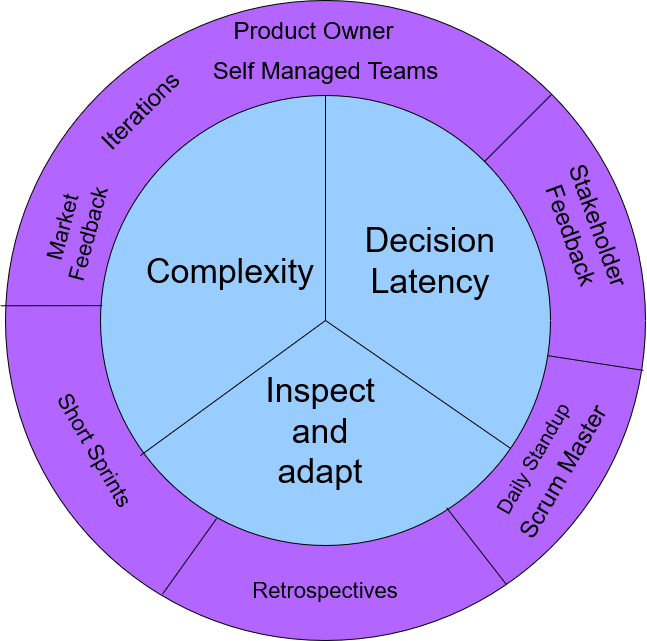
RichardForshaw/resume keeps this draw.io diagram as mkd-blog/docs/articles/images/ScrumWheel.png. Above is the earlier version. Source tidied: cells renumbered, new cells last; positions are measured from the earlier drawing's top-left corner, leaving out a move shared by most shapes. Source of this version:
```xml
<mxGraphModel>
  <root>
    <mxCell id="0" />
    <mxCell id="1" parent="0" />
    <mxCell id="2" style="ellipse;whiteSpace=wrap;html=1;fillColor=#B266FF;" parent="1" vertex="1">
      <mxGeometry x="5" width="640" height="640" as="geometry" />
    </mxCell>
    <mxCell id="3" style="ellipse;whiteSpace=wrap;html=1;fillColor=#99CCFF;" parent="1" vertex="1">
      <mxGeometry x="100" y="95" width="450" height="450" as="geometry" />
    </mxCell>
    <mxCell id="4" style="endArrow=none;html=1;rounded=0;entryX=0.5;entryY=0.5;entryDx=0;entryDy=0;entryPerimeter=0;exitX=0.5;exitY=0;exitDx=0;exitDy=0;" parent="1" edge="1" source="3" target="3">
      <mxGeometry relative="1" as="geometry" />
    </mxCell>
    <mxCell id="5" style="endArrow=none;html=1;rounded=0;" parent="1" edge="1">
      <mxGeometry relative="1" as="geometry">
        <mxPoint x="140" y="455" as="sourcePoint" />
        <mxPoint x="325" y="320" as="targetPoint" />
      </mxGeometry>
    </mxCell>
    <mxCell id="6" style="endArrow=none;html=1;rounded=0;exitX=0.911;exitY=0.784;exitDx=0;exitDy=0;exitPerimeter=0;" parent="1" edge="1" source="3">
      <mxGeometry relative="1" as="geometry">
        <mxPoint x="325" y="320" as="targetPoint" />
      </mxGeometry>
    </mxCell>
    <mxCell id="7" style="endArrow=none;html=1;rounded=0;exitX=0.004;exitY=0.467;exitDx=0;exitDy=0;exitPerimeter=0;entryX=-0.008;entryY=0.477;entryDx=0;entryDy=0;entryPerimeter=0;" parent="1" edge="1" source="3" target="2">
      <mxGeometry relative="1" as="geometry" />
    </mxCell>
    <mxCell id="8" style="endArrow=none;html=1;rounded=0;exitX=1;exitY=0;exitDx=0;exitDy=0;entryX=1;entryY=0;entryDx=0;entryDy=0;" parent="1" edge="1" source="2" target="3">
      <mxGeometry relative="1" as="geometry" />
    </mxCell>
    <mxCell id="9" value="&lt;div&gt;Decision&lt;/div&gt;&lt;div&gt;Latency&lt;br&gt;&lt;/div&gt;" style="text;html=1;strokeColor=none;fillColor=none;align=center;verticalAlign=middle;whiteSpace=wrap;rounded=0;fontSize=34;" parent="1" vertex="1">
      <mxGeometry x="400" y="245" width="60" height="30" as="geometry" />
    </mxCell>
    <mxCell id="10" value="Complexity" style="text;html=1;strokeColor=none;fillColor=none;align=center;verticalAlign=middle;whiteSpace=wrap;rounded=0;fontSize=34;" parent="1" vertex="1">
      <mxGeometry x="200" y="255" width="60" height="30" as="geometry" />
    </mxCell>
    <mxCell id="11" value="&lt;div align=&quot;center&quot;&gt;Inspect&lt;/div&gt;&lt;div align=&quot;center&quot;&gt;and adapt&lt;br&gt;&lt;/div&gt;" style="text;html=1;strokeColor=none;fillColor=none;align=center;verticalAlign=middle;whiteSpace=wrap;rounded=0;fontSize=34;" parent="1" vertex="1">
      <mxGeometry x="290" y="415" width="60" height="30" as="geometry" />
    </mxCell>
    <mxCell id="12" value="Self Managed Teams" style="text;html=1;strokeColor=none;fillColor=none;align=center;verticalAlign=middle;whiteSpace=wrap;rounded=0;fontSize=24;rotation=0;" parent="1" vertex="1">
      <mxGeometry x="202.5" y="55" width="245" height="30" as="geometry" />
    </mxCell>
    <mxCell id="13" value="Product Owner" style="text;html=1;strokeColor=none;fillColor=none;align=center;verticalAlign=middle;whiteSpace=wrap;rounded=0;fontSize=24;rotation=0;" parent="1" vertex="1">
      <mxGeometry x="191" y="15" width="245" height="30" as="geometry" />
    </mxCell>
    <mxCell id="14" value="&lt;div&gt;Iterations&lt;/div&gt;" style="text;html=1;strokeColor=none;fillColor=none;align=center;verticalAlign=middle;whiteSpace=wrap;rounded=0;fontSize=24;rotation=-45;" parent="1" vertex="1">
      <mxGeometry x="80" y="95" width="120" height="30" as="geometry" />
    </mxCell>
    <mxCell id="15" value="Market Feedback" style="text;html=1;strokeColor=none;fillColor=none;align=center;verticalAlign=middle;whiteSpace=wrap;rounded=0;fontSize=22;rotation=-75;" parent="1" vertex="1">
      <mxGeometry y="215" width="150" height="30" as="geometry" />
    </mxCell>
    <mxCell id="16" style="endArrow=none;html=1;rounded=0;exitX=0.997;exitY=0.578;exitDx=0;exitDy=0;entryX=0.993;entryY=0.578;entryDx=0;entryDy=0;exitPerimeter=0;entryPerimeter=0;" parent="1" edge="1" source="2" target="3">
      <mxGeometry relative="1" as="geometry" />
    </mxCell>
    <mxCell id="17" value="Stakeholder Feedback" style="text;html=1;strokeColor=none;fillColor=none;align=center;verticalAlign=middle;whiteSpace=wrap;rounded=0;fontSize=24;rotation=70;" parent="1" vertex="1">
      <mxGeometry x="510" y="215" width="150" height="30" as="geometry" />
    </mxCell>
    <mxCell id="18" value="&lt;div style=&quot;font-size: 20px;&quot;&gt;Daily Standup&lt;/div&gt;" style="text;html=1;strokeColor=none;fillColor=none;align=center;verticalAlign=middle;whiteSpace=wrap;rounded=0;fontSize=20;rotation=-60;spacing=2;spacingTop=0;spacingBottom=0;shadow=0;" parent="1" vertex="1">
      <mxGeometry x="458.1" y="441.9" width="150" height="32.5" as="geometry" />
    </mxCell>
    <mxCell id="19" value="Retrospectives" style="text;html=1;strokeColor=none;fillColor=none;align=center;verticalAlign=middle;whiteSpace=wrap;rounded=0;fontSize=22;rotation=0;" parent="1" vertex="1">
      <mxGeometry x="250" y="575" width="150" height="30" as="geometry" />
    </mxCell>
    <mxCell id="20" value="Short Sprints" style="text;html=1;strokeColor=none;fillColor=none;align=center;verticalAlign=middle;whiteSpace=wrap;rounded=0;fontSize=22;rotation=60;" parent="1" vertex="1">
      <mxGeometry x="20" y="435" width="150" height="30" as="geometry" />
    </mxCell>
    <mxCell id="21" style="endArrow=none;html=1;rounded=0;exitX=0.783;exitY=0.913;exitDx=0;exitDy=0;exitPerimeter=0;entryX=0.769;entryY=0.916;entryDx=0;entryDy=0;entryPerimeter=0;" parent="1" edge="1" source="2" target="3">
      <mxGeometry relative="1" as="geometry" />
    </mxCell>
    <mxCell id="22" style="endArrow=none;html=1;rounded=0;exitX=0.245;exitY=0.928;exitDx=0;exitDy=0;entryX=0.258;entryY=0.94;entryDx=0;entryDy=0;exitPerimeter=0;entryPerimeter=0;" parent="1" edge="1" source="2" target="3">
      <mxGeometry relative="1" as="geometry" />
    </mxCell>
    <mxCell id="23" value="Scrum Master" style="text;html=1;strokeColor=none;fillColor=none;align=center;verticalAlign=middle;whiteSpace=wrap;rounded=0;fontSize=24;rotation=-60;spacing=2;spacingTop=0;spacingBottom=0;shadow=0;" parent="1" vertex="1">
      <mxGeometry x="480" y="455" width="165" height="32.5" as="geometry" />
    </mxCell>
  </root>
</mxGraphModel>
```
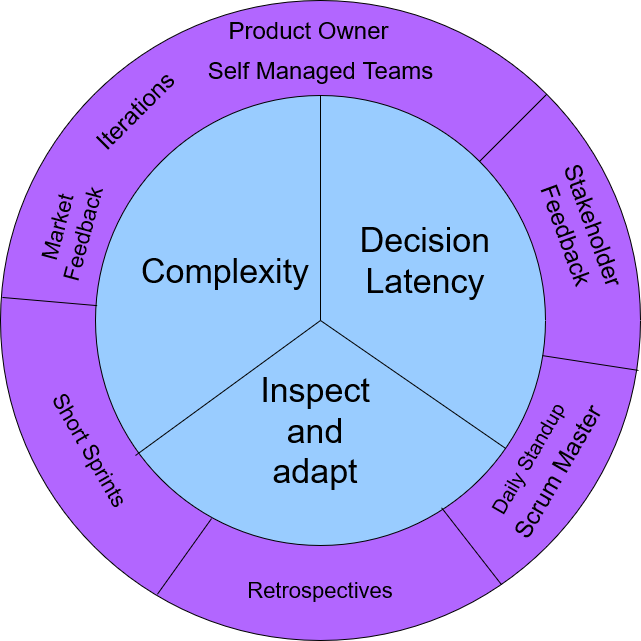
The same diagram one commit later.

Commit message:
Fix to Scrum Wheel image

What changed in the source:
```diff
@@ -22,7 +22,7 @@
         <mxPoint x="325" y="320" as="targetPoint" />
       </mxGeometry>
     </mxCell>
-    <mxCell id="7" style="endArrow=none;html=1;rounded=0;exitX=0.004;exitY=0.467;exitDx=0;exitDy=0;exitPerimeter=0;entryX=-0.008;entryY=0.477;entryDx=0;entryDy=0;entryPerimeter=0;" parent="1" edge="1" source="3" target="2">
+    <mxCell id="7" style="endArrow=none;html=1;rounded=0;exitX=0.004;exitY=0.467;exitDx=0;exitDy=0;exitPerimeter=0;entryX=0.003;entryY=0.464;entryDx=0;entryDy=0;entryPerimeter=0;" parent="1" edge="1" source="3" target="2">
       <mxGeometry relative="1" as="geometry" />
     </mxCell>
     <mxCell id="8" style="endArrow=none;html=1;rounded=0;exitX=1;exitY=0;exitDx=0;exitDy=0;entryX=1;entryY=0;entryDx=0;entryDy=0;" parent="1" edge="1" source="2" target="3">
```
